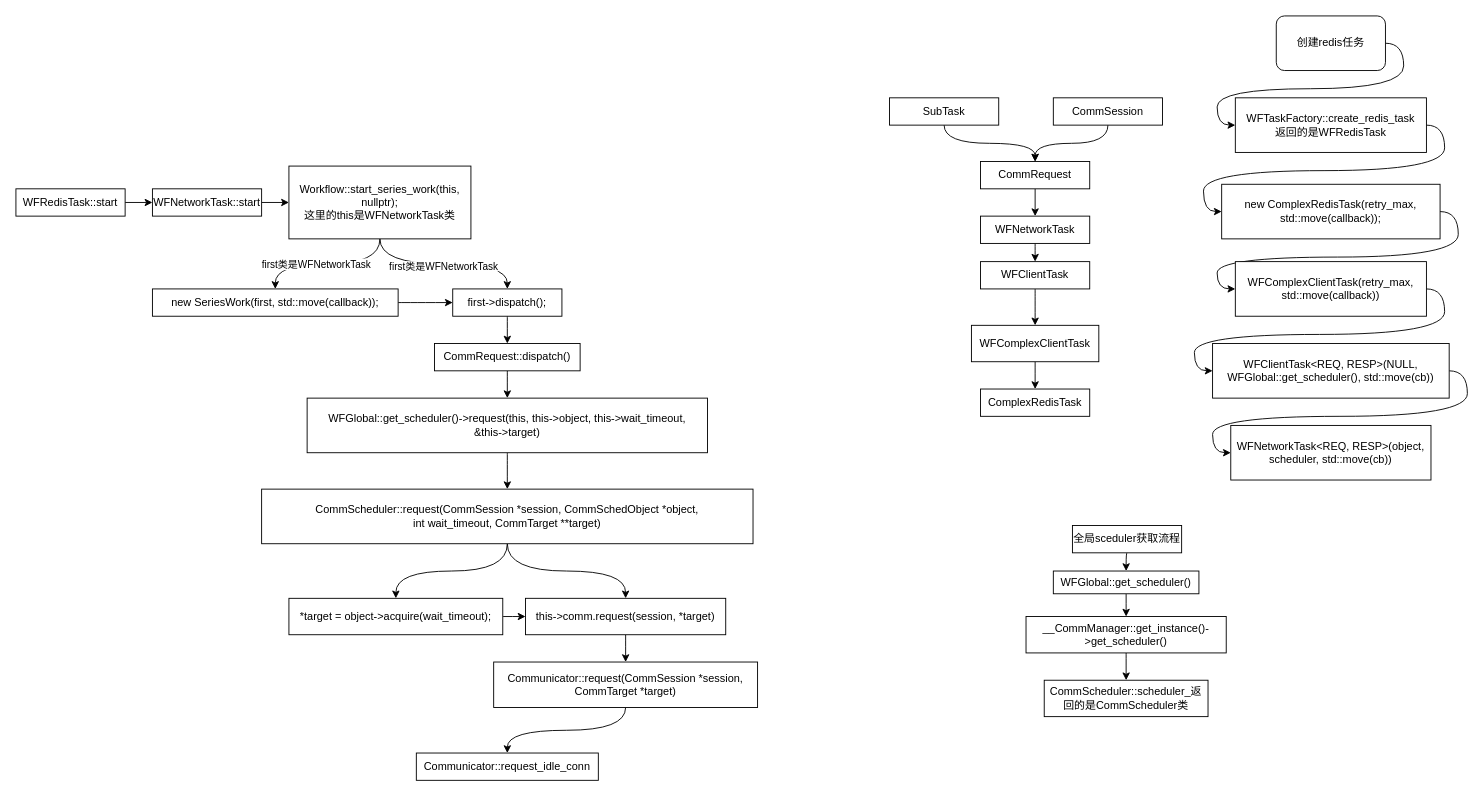
This is workflow.drawio from beijingqiuchang/drawio, a draw.io file, before an edit. Source tidied: cells renumbered, new cells numbered last; positions are measured from the earlier drawing's top-left corner, leaving out a move shared by most shapes. Both pictures are drawn from the tidied source at 91%, with x=0, y=0 at pixel (15, 15).
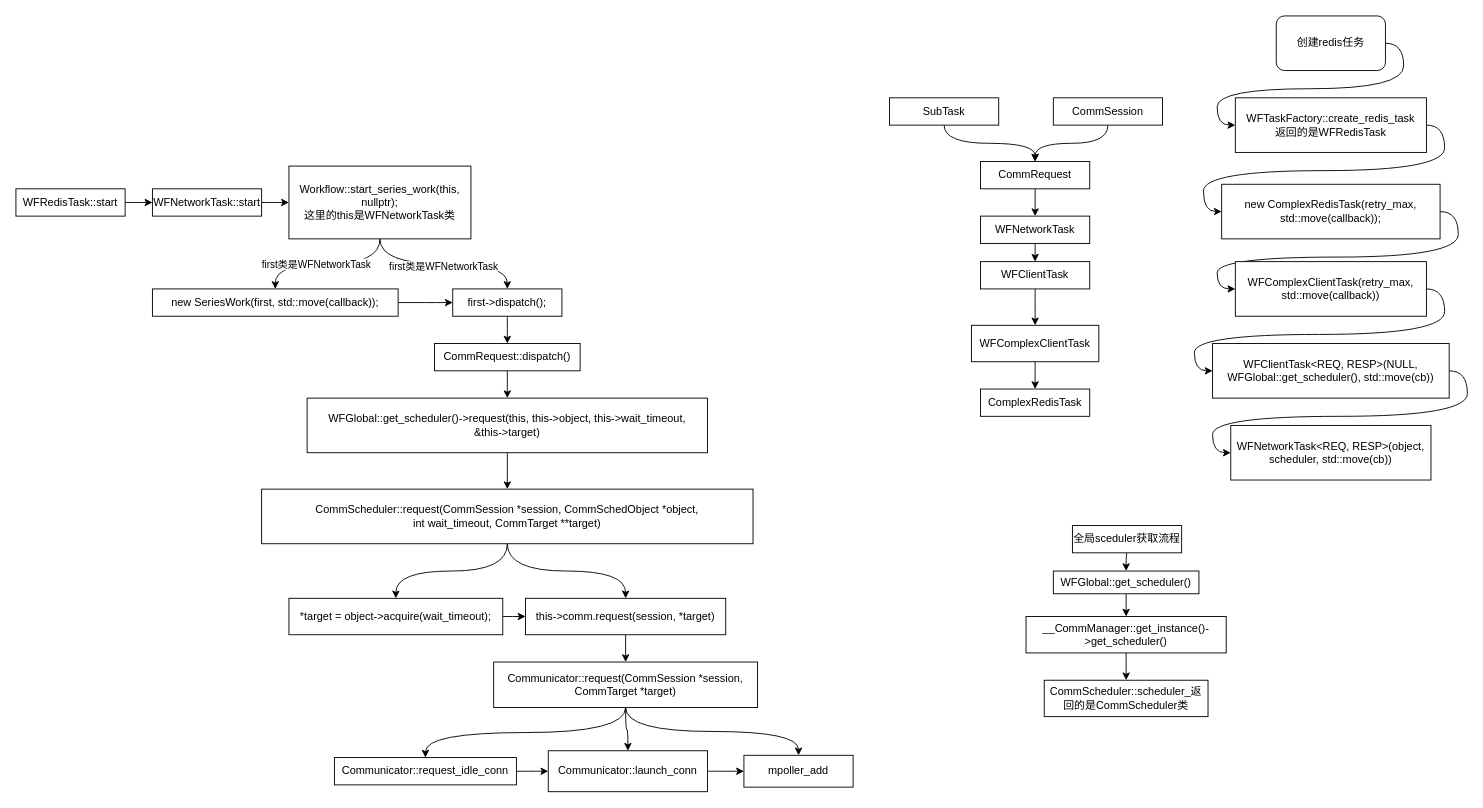
After the change.

Unchanged cells that the change refers to:
```xml
<mxCell id="58" value="Communicator::request(CommSession *session, CommTarget *target)" style="rounded=0;whiteSpace=wrap;html=1;" parent="1" vertex="1">
  <mxGeometry x="525" y="710" width="290" height="50" as="geometry" />
</mxCell>
```

What changed in the source:
```diff
@@
+    <mxCell id="60" style="edgeStyle=orthogonalEdgeStyle;curved=1;rounded=0;jettySize=auto;html=1;exitX=0.5;exitY=1;exitDx=0;exitDy=0;entryX=0.5;entryY=0;entryDx=0;entryDy=0;" parent="1" edge="1" source="58" target="64">
+      <mxGeometry relative="1" as="geometry" />
+    </mxCell>
+    <mxCell id="61" style="edgeStyle=orthogonalEdgeStyle;curved=1;rounded=0;jettySize=auto;html=1;exitX=0.5;exitY=1;exitDx=0;exitDy=0;entryX=0.5;entryY=0;entryDx=0;entryDy=0;" parent="1" edge="1" source="58" target="65">
+      <mxGeometry relative="1" as="geometry" />
+    </mxCell>
@@
+    <mxCell id="62" style="edgeStyle=orthogonalEdgeStyle;curved=1;rounded=0;jettySize=auto;html=1;exitX=1;exitY=0.5;exitDx=0;exitDy=0;" parent="1" edge="1" source="59" target="64">
+      <mxGeometry relative="1" as="geometry" />
+    </mxCell>
     <mxCell id="59" value="Communicator::request_idle_conn" style="rounded=0;whiteSpace=wrap;html=1;" parent="1" vertex="1">
-      <mxGeometry x="440" y="810" width="200" height="30" as="geometry" />
+      <mxGeometry x="350" y="815" width="200" height="30" as="geometry" />
     </mxCell>
+    <mxCell id="63" style="edgeStyle=orthogonalEdgeStyle;curved=1;rounded=0;jettySize=auto;html=1;exitX=1;exitY=0.5;exitDx=0;exitDy=0;entryX=0;entryY=0.5;entryDx=0;entryDy=0;" parent="1" edge="1" source="64" target="65">
+      <mxGeometry relative="1" as="geometry" />
+    </mxCell>
+    <mxCell id="64" value="Communicator::launch_conn" style="rounded=0;whiteSpace=wrap;html=1;" parent="1" vertex="1">
+      <mxGeometry x="585" y="807.5" width="175" height="45" as="geometry" />
+    </mxCell>
+    <mxCell id="65" value="mpoller_add" style="rounded=0;whiteSpace=wrap;html=1;" parent="1" vertex="1">
+      <mxGeometry x="800" y="812.5" width="120" height="35" as="geometry" />
+    </mxCell>
```
